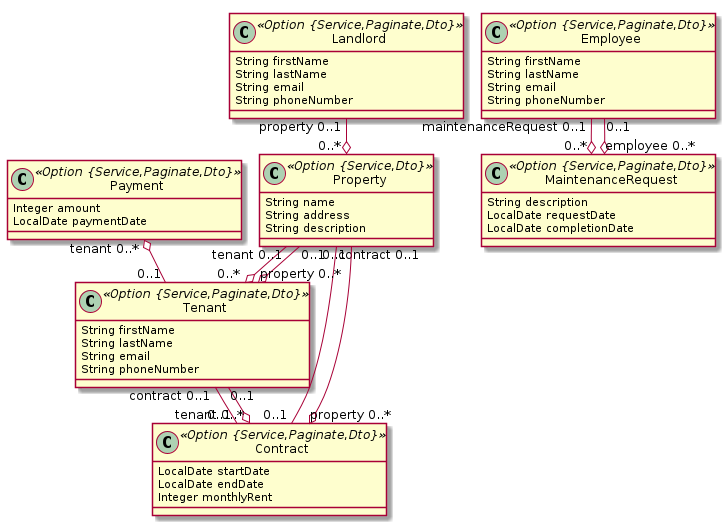
Above: property-management.png in kevintanhongann/jhipster-jdl-collection (PlantUML), before the change.
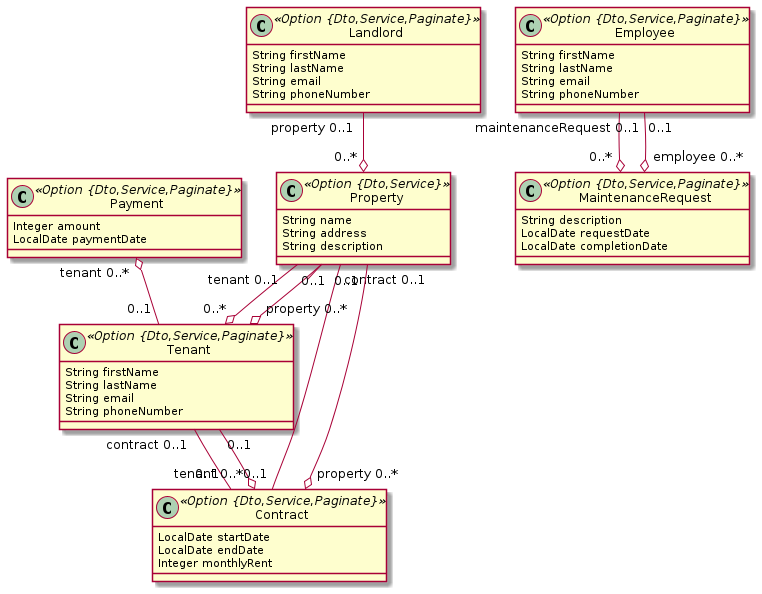
After the commit.

Diff of the diagram source:
```diff
@@ -1,39 +1,38 @@
 @startuml
-	!pragma layout smetana
 	!pragma syntax class
-	class Property <<Option {Service,Dto}>> {
+	class Property <<Option {Dto,Service}>> {
 		String name
 		String address
 		String description
 	}
-	class Tenant <<Option {Service,Paginate,Dto}>> {
+	class Tenant <<Option {Dto,Service,Paginate}>> {
 		String firstName
 		String lastName
 		String email
 		String phoneNumber
 	}
-	class Landlord <<Option {Service,Paginate,Dto}>> {
+	class Landlord <<Option {Dto,Service,Paginate}>> {
 		String firstName
 		String lastName
 		String email
 		String phoneNumber
 	}
-	class Employee <<Option {Service,Paginate,Dto}>> {
+	class Employee <<Option {Dto,Service,Paginate}>> {
 		String firstName
 		String lastName
 		String email
 		String phoneNumber
 	}
-	class Contract <<Option {Service,Paginate,Dto}>> {
+	class Contract <<Option {Dto,Service,Paginate}>> {
 		LocalDate startDate
 		LocalDate endDate
 		Integer monthlyRent
 	}
-	class Payment <<Option {Service,Paginate,Dto}>> {
+	class Payment <<Option {Dto,Service,Paginate}>> {
 		Integer amount
 		LocalDate paymentDate
 	}
-	class MaintenanceRequest <<Option {Service,Paginate,Dto}>> {
+	class MaintenanceRequest <<Option {Dto,Service,Paginate}>> {
 		String description
 		LocalDate requestDate
 		LocalDate completionDate
```
